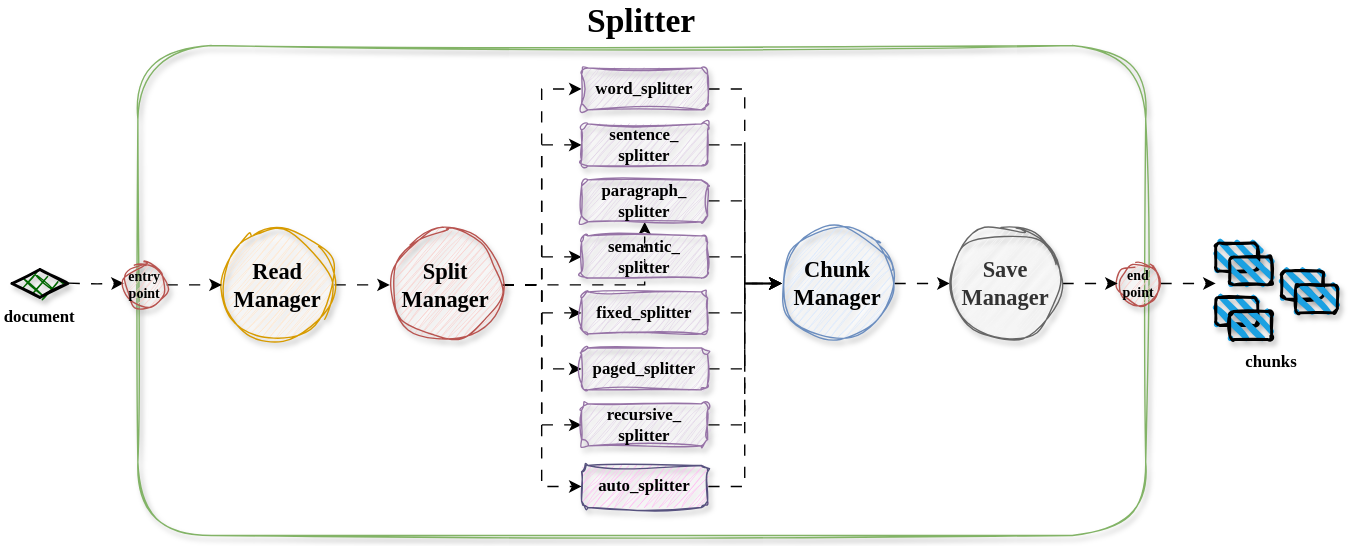
Above: assets/splitter.drawio.svg in andreshere00/Splitter (draw.io), before the change. Source tidied: cells renumbered, new cells last; positions are measured from the earlier drawing's top-left corner, leaving out a move shared by most shapes.
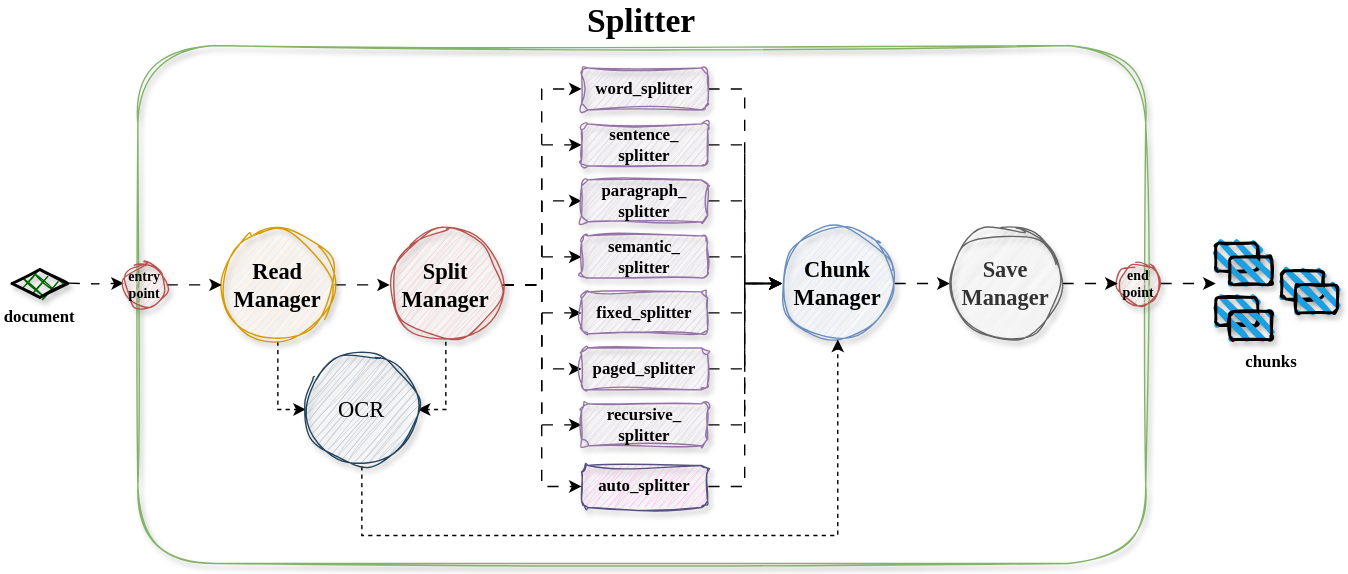
The same file after the commit.

Commit message:
add: update README.md with architecture description and image

Diff of the diagram source:
```diff
@@ -2,8 +2,8 @@
   <root>
     <mxCell id="0" />
     <mxCell id="1" parent="0" />
-    <mxCell id="2" value="Splitter" style="rounded=1;whiteSpace=wrap;html=1;fillColor=none;strokeColor=#82b366;fontFamily=Amazon Ember Display;fontStyle=1;fontSize=24;shadow=1;sketch=1;curveFitting=1;jiggle=2;verticalAlign=bottom;labelPosition=center;verticalLabelPosition=top;align=center;" parent="1" vertex="1">
-      <mxGeometry x="90" width="720" height="350" as="geometry" />
+    <mxCell id="2" value="Splitter" style="rounded=1;whiteSpace=wrap;html=1;fillColor=none;strokeColor=#82b366;fontFamily=Amazon Ember Display;fontStyle=1;fontSize=24;shadow=1;sketch=1;curveFitting=1;jiggle=2;verticalAlign=bottom;labelPosition=center;verticalLabelPosition=top;align=center;glass=0;" parent="1" vertex="1">
+      <mxGeometry x="90" width="720" height="370" as="geometry" />
     </mxCell>
     <mxCell id="3" style="edgeStyle=orthogonalEdgeStyle;rounded=0;jettySize=auto;html=1;entryX=0;entryY=0.5;entryDx=0;entryDy=0;fontFamily=Amazon Ember Display;flowAnimation=1;" parent="1" edge="1" source="11" target="13">
       <mxGeometry relative="1" as="geometry" />
@@ -11,9 +11,6 @@
     <mxCell id="4" style="edgeStyle=orthogonalEdgeStyle;rounded=0;jettySize=auto;html=1;entryX=0;entryY=0.5;entryDx=0;entryDy=0;fontFamily=Amazon Ember Display;flowAnimation=1;" parent="1" edge="1" source="11" target="15">
       <mxGeometry relative="1" as="geometry" />
     </mxCell>
-    <mxCell id="5" style="edgeStyle=orthogonalEdgeStyle;rounded=0;jettySize=auto;html=1;fontFamily=Amazon Ember Display;flowAnimation=1;" parent="1" edge="1" source="11" target="17">
-      <mxGeometry relative="1" as="geometry" />
-    </mxCell>
     <mxCell id="6" style="edgeStyle=orthogonalEdgeStyle;rounded=0;jettySize=auto;html=1;fontFamily=Amazon Ember Display;flowAnimation=1;" parent="1" edge="1" source="11" target="19">
       <mxGeometry relative="1" as="geometry" />
     </mxCell>
@@ -29,6 +26,12 @@
     <mxCell id="10" style="edgeStyle=orthogonalEdgeStyle;rounded=0;jettySize=auto;html=1;entryX=0;entryY=0.5;entryDx=0;entryDy=0;flowAnimation=1;" parent="1" edge="1" source="11" target="45">
       <mxGeometry relative="1" as="geometry" />
     </mxCell>
+    <mxCell id="5" style="edgeStyle=orthogonalEdgeStyle;rounded=0;jettySize=auto;html=1;entryX=0;entryY=0.5;entryDx=0;entryDy=0;flowAnimation=1;" parent="1" edge="1" source="11" target="17">
+      <mxGeometry relative="1" as="geometry" />
+    </mxCell>
+    <mxCell id="47" style="edgeStyle=orthogonalEdgeStyle;rounded=0;jettySize=auto;html=1;entryX=1;entryY=0.5;entryDx=0;entryDy=0;flowAnimation=1;dashed=1;" parent="1" edge="1" source="11" target="50">
+      <mxGeometry relative="1" as="geometry" />
+    </mxCell>
     <mxCell id="11" value="&lt;span style=&quot;color: rgb(0, 0, 0); font-style: normal; font-variant-ligatures: normal; font-variant-caps: normal; font-weight: 700; letter-spacing: normal; orphans: 2; text-align: center; text-indent: 0px; text-transform: none; widows: 2; word-spacing: 0px; -webkit-text-stroke-width: 0px; white-space: normal; text-decoration-thickness: initial; text-decoration-style: initial; text-decoration-color: initial; float: none; display: inline !important;&quot;&gt;Split&lt;/span&gt;&lt;div style=&quot;forced-color-adjust: none; color: rgb(0, 0, 0); font-style: normal; font-variant-ligatures: normal; font-variant-caps: normal; font-weight: 700; letter-spacing: normal; orphans: 2; text-align: center; text-indent: 0px; text-transform: none; widows: 2; word-spacing: 0px; -webkit-text-stroke-width: 0px; white-space: normal; text-decoration-thickness: initial; text-decoration-style: initial; text-decoration-color: initial;&quot;&gt;&lt;span&gt;Manager&lt;/span&gt;&lt;/div&gt;" style="ellipse;whiteSpace=wrap;html=1;fillColor=#f8cecc;strokeColor=#b85450;sketch=1;curveFitting=1;jiggle=2;shadow=1;fontFamily=Amazon Ember Display;labelBackgroundColor=none;fontSize=16;" parent="1" vertex="1">
       <mxGeometry x="270" y="131" width="80" height="80" as="geometry" />
     </mxCell>
@@ -71,6 +74,9 @@
     <mxCell id="24" style="edgeStyle=orthogonalEdgeStyle;rounded=0;jettySize=auto;html=1;entryX=0;entryY=0.5;entryDx=0;entryDy=0;fontFamily=Amazon Ember Display;flowAnimation=1;" parent="1" edge="1" source="25" target="11">
       <mxGeometry relative="1" as="geometry" />
     </mxCell>
+    <mxCell id="48" style="edgeStyle=orthogonalEdgeStyle;rounded=0;jettySize=auto;html=1;entryX=0;entryY=0.5;entryDx=0;entryDy=0;flowAnimation=1;dashed=1;" parent="1" edge="1" source="25" target="50">
+      <mxGeometry relative="1" as="geometry" />
+    </mxCell>
     <mxCell id="25" value="Read Manager" style="ellipse;whiteSpace=wrap;html=1;fillColor=#ffe6cc;strokeColor=#d79b00;shadow=1;sketch=1;curveFitting=1;jiggle=2;fontStyle=1;fontFamily=Amazon Ember Display;fontSize=16;" parent="1" vertex="1">
       <mxGeometry x="150" y="131" width="80" height="80" as="geometry" />
     </mxCell>
@@ -144,5 +150,16 @@
     <mxCell id="46" value="chunks" style="text;html=1;align=center;verticalAlign=middle;whiteSpace=wrap;rounded=0;fontStyle=1;fontFamily=Amazon Ember Display;" parent="1" vertex="1">
       <mxGeometry x="870" y="211" width="60" height="30" as="geometry" />
     </mxCell>
+    <mxCell id="49" style="edgeStyle=orthogonalEdgeStyle;rounded=0;jettySize=auto;html=1;entryX=0.5;entryY=1;entryDx=0;entryDy=0;flowAnimation=1;dashed=1;" parent="1" edge="1" source="50" target="27">
+      <mxGeometry relative="1" as="geometry">
+        <Array as="points">
+          <mxPoint x="250" y="350" />
+          <mxPoint x="590" y="350" />
+        </Array>
+      </mxGeometry>
+    </mxCell>
+    <mxCell id="50" value="&lt;span&gt;OCR&lt;/span&gt;" style="ellipse;whiteSpace=wrap;html=1;fillColor=#bac8d3;strokeColor=#23445d;sketch=1;curveFitting=1;jiggle=2;shadow=1;fontFamily=Amazon Ember Display;labelBackgroundColor=none;fontSize=16;fontStyle=0;" parent="1" vertex="1">
+      <mxGeometry x="210" y="220" width="80" height="80" as="geometry" />
+    </mxCell>
   </root>
 </mxGraphModel>
```
